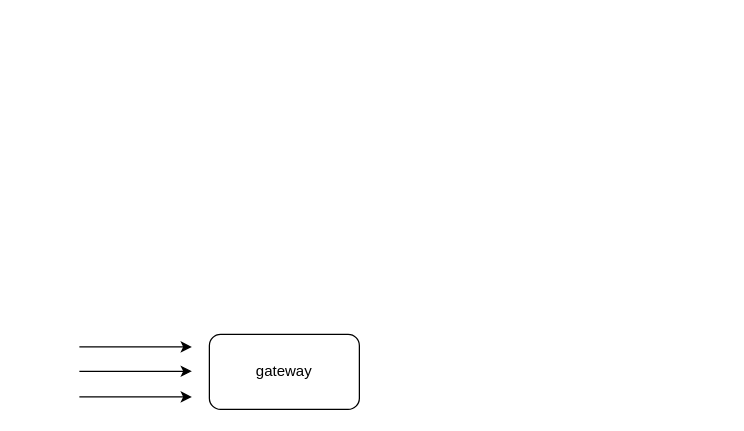
Earlier version of the draw.io diagram Diagram.drawio (SpikeFJ/picgo). Source tidied: cells renumbered, new cells numbered last; positions are measured from the earlier drawing's top-left corner, leaving out a move shared by most shapes. Both pictures are drawn from the tidied source at 125%, with x=0, y=0 at pixel (79, 334).
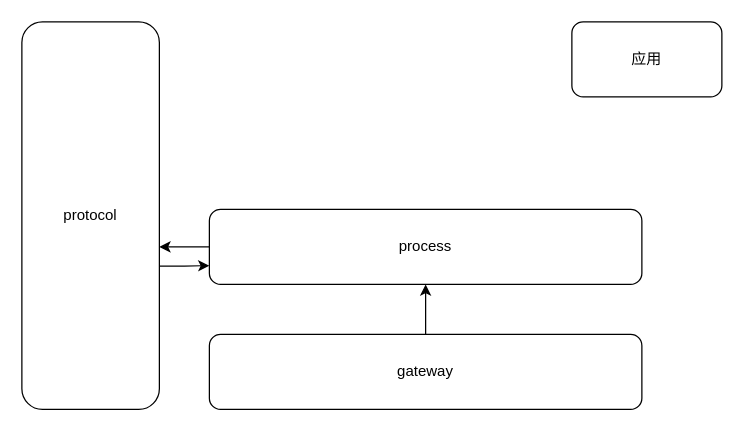
The same diagram, later.

Change to the diagram source:
```diff
@@
 <mxGraphModel>
   <root>
     <mxCell id="0" />
     <mxCell id="1" parent="0" />
+    <mxCell id="6" style="edgeStyle=orthogonalEdgeStyle;rounded=0;jettySize=auto;html=1;" parent="1" edge="1" source="2" target="8">
+      <mxGeometry relative="1" as="geometry" />
+    </mxCell>
     <mxCell id="2" value="gateway" style="rounded=1;whiteSpace=wrap;html=1;" parent="1" vertex="1">
-      <mxGeometry x="104" width="120" height="60" as="geometry" />
+      <mxGeometry x="104" width="346" height="60" as="geometry" />
     </mxCell>
-    <mxCell id="3" style="endArrow=classic;html=1;rounded=0;" parent="1" edge="1">
-      <mxGeometry relative="1" as="geometry">
-        <mxPoint y="10" as="sourcePoint" />
-        <mxPoint x="90" y="10" as="targetPoint" />
-      </mxGeometry>
-    </mxCell>
-    <mxCell id="4" style="endArrow=classic;html=1;rounded=0;" parent="1" edge="1">
-      <mxGeometry relative="1" as="geometry">
-        <mxPoint y="29.5" as="sourcePoint" />
-        <mxPoint x="90" y="29.5" as="targetPoint" />
-      </mxGeometry>
-    </mxCell>
-    <mxCell id="5" style="endArrow=classic;html=1;rounded=0;" parent="1" edge="1">
-      <mxGeometry relative="1" as="geometry">
-        <mxPoint y="50" as="sourcePoint" />
-        <mxPoint x="90" y="50" as="targetPoint" />
-      </mxGeometry>
-    </mxCell>
+    <mxCell id="7" style="edgeStyle=orthogonalEdgeStyle;rounded=0;jettySize=auto;html=1;exitX=0;exitY=0.5;exitDx=0;exitDy=0;" parent="1" edge="1" source="8">
+      <mxGeometry relative="1" as="geometry">
+        <mxPoint x="64" y="-70" as="targetPoint" />
+      </mxGeometry>
+    </mxCell>
+    <mxCell id="8" value="process" style="rounded=1;whiteSpace=wrap;html=1;" parent="1" vertex="1">
+      <mxGeometry x="104" y="-100" width="346" height="60" as="geometry" />
+    </mxCell>
+    <mxCell id="9" style="edgeStyle=orthogonalEdgeStyle;rounded=0;jettySize=auto;html=1;entryX=0;entryY=0.75;entryDx=0;entryDy=0;exitX=0.993;exitY=0.63;exitDx=0;exitDy=0;exitPerimeter=0;" parent="1" edge="1" source="10" target="8">
+      <mxGeometry relative="1" as="geometry" />
+    </mxCell>
+    <mxCell id="10" value="protocol" style="rounded=1;whiteSpace=wrap;html=1;" parent="1" vertex="1">
+      <mxGeometry x="-46" y="-250" width="110" height="310" as="geometry" />
+    </mxCell>
+    <mxCell id="11" value="应用" style="rounded=1;whiteSpace=wrap;html=1;" parent="1" vertex="1">
+      <mxGeometry x="394" y="-250" width="120" height="60" as="geometry" />
+    </mxCell>
   </root>
 </mxGraphModel>
```
